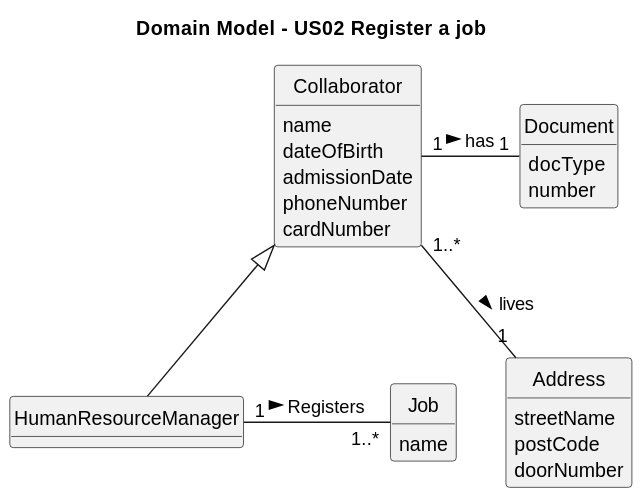
Departamento-de-Engenharia-Informatica/lei-24-s2-1db-g022 keeps this PlantUML diagram as docs/sprint2/us02/02.analysis/svg/us02-domain-model.svg. Above is the earlier version.
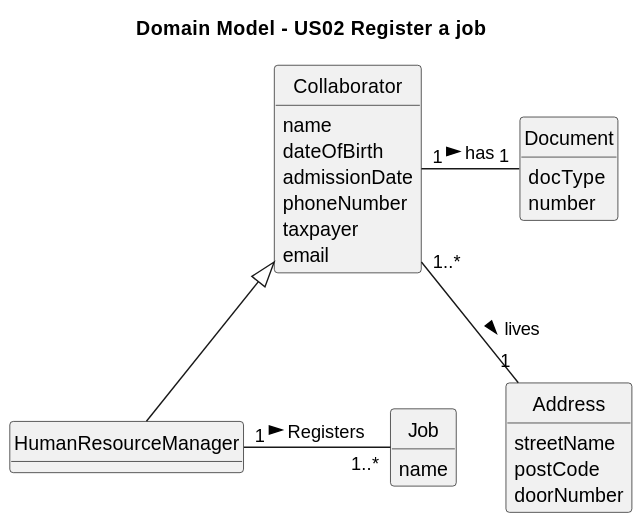
Above is the later version.

The edit, as a diff of the source:
```diff
@@ -16,7 +16,8 @@
     dateOfBirth
     admissionDate
     phoneNumber
-    cardNumber
+    taxpayer
+    email
 }
 
 class Document{
@@ -33,6 +34,7 @@
 class Job{
     name
 }
+
 Collaborator "1" - "1" Document : has >
 
 Collaborator "1..*" -- "1" Address : lives >
```
